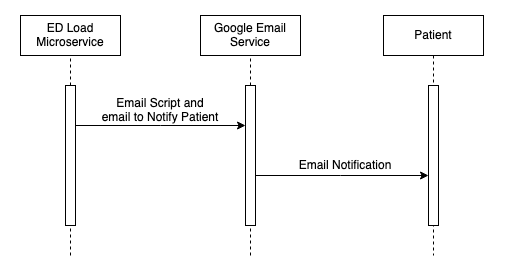
Earlier version of the draw.io export Assets/PatientNotificationSequenceDiagram.drawio.png (uvic-teach/project-m1-team9). Source tidied: cells renumbered, new cells last; positions are measured from the earlier drawing's top-left corner, leaving out a move shared by most shapes.
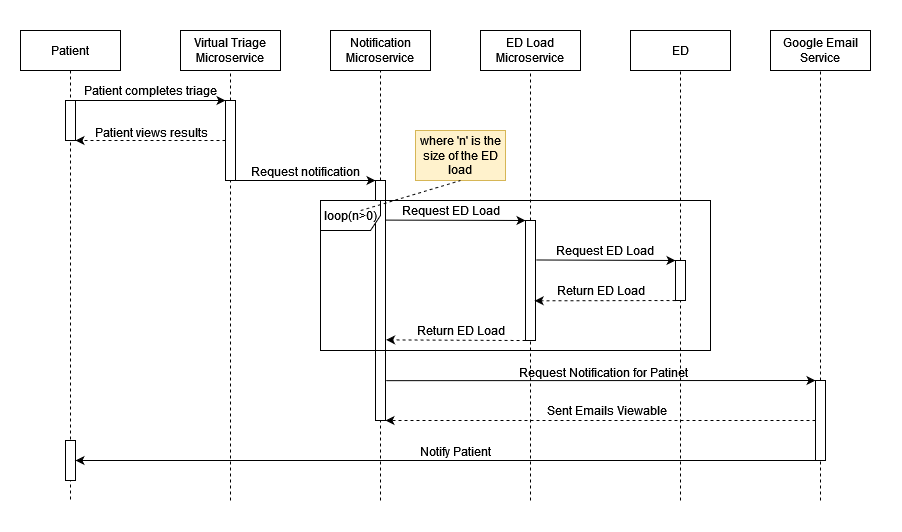
The same diagram one commit later.

What changed in the source:
```diff
@@ -2,62 +2,156 @@
   <root>
     <mxCell id="0" />
     <mxCell id="1" parent="0" />
-    <mxCell id="2" style="rounded=0;whiteSpace=wrap;html=1;strokeColor=none;" parent="1" vertex="1">
-      <mxGeometry width="520" height="275" as="geometry" />
-    </mxCell>
+    <mxCell id="17" style="rounded=0;whiteSpace=wrap;html=1;strokeColor=none;" parent="1" vertex="1">
+      <mxGeometry y="275" width="900" height="530" as="geometry" />
+    </mxCell>
     <mxCell id="3" value="Patient" style="shape=umlLifeline;perimeter=lifelinePerimeter;whiteSpace=wrap;html=1;newEdgeStyle={&quot;edgeStyle&quot;:&quot;elbowEdgeStyle&quot;,&quot;elbow&quot;:&quot;vertical&quot;,&quot;curved&quot;:0,&quot;rounded&quot;:0};" parent="1" vertex="1">
-      <mxGeometry x="383" y="15" width="100" height="240" as="geometry" />
+      <mxGeometry x="20" y="305" width="100" height="470" as="geometry" />
     </mxCell>
-    <mxCell id="4" style="html=1;points=[];perimeter=orthogonalPerimeter;outlineConnect=0;targetShapes=umlLifeline;portConstraint=eastwest;newEdgeStyle={&quot;edgeStyle&quot;:&quot;elbowEdgeStyle&quot;,&quot;elbow&quot;:&quot;vertical&quot;,&quot;curved&quot;:0,&quot;rounded&quot;:0};" parent="3" vertex="1">
-      <mxGeometry x="45" y="70" width="10" height="140" as="geometry" />
-    </mxCell>
     <mxCell id="5" value="Google Email Service" style="rounded=0;whiteSpace=wrap;html=1;" parent="1" vertex="1">
-      <mxGeometry x="200" y="15" width="100" height="40" as="geometry" />
+      <mxGeometry x="770" y="305" width="100" height="40" as="geometry" />
     </mxCell>
-    <mxCell id="6" style="endArrow=none;dashed=1;html=1;rounded=0;entryX=0.5;entryY=1;entryDx=0;entryDy=0;" parent="1" edge="1" source="8" target="5">
+    <mxCell id="6" style="endArrow=none;dashed=1;html=1;rounded=0;entryX=0.5;entryY=1;entryDx=0;entryDy=0;" parent="1" edge="1" source="40" target="5">
       <mxGeometry relative="1" as="geometry" />
     </mxCell>
-    <mxCell id="7" style="endArrow=none;dashed=1;html=1;rounded=0;entryX=0.5;entryY=1;entryDx=0;entryDy=0;" parent="1" edge="1" target="8">
-      <mxGeometry relative="1" as="geometry">
-        <mxPoint x="250" y="255" as="sourcePoint" />
-      </mxGeometry>
-    </mxCell>
-    <mxCell id="8" style="html=1;points=[];perimeter=orthogonalPerimeter;outlineConnect=0;targetShapes=umlLifeline;portConstraint=eastwest;newEdgeStyle={&quot;edgeStyle&quot;:&quot;elbowEdgeStyle&quot;,&quot;elbow&quot;:&quot;vertical&quot;,&quot;curved&quot;:0,&quot;rounded&quot;:0};" parent="1" vertex="1">
-      <mxGeometry x="245" y="85" width="10" height="140" as="geometry" />
-    </mxCell>
-    <mxCell id="9" value="Email Notification" style="text;html=1;strokeColor=none;fillColor=none;align=center;verticalAlign=middle;whiteSpace=wrap;rounded=0;" parent="1" vertex="1">
-      <mxGeometry x="280" y="145" width="130" height="40" as="geometry" />
-    </mxCell>
     <mxCell id="10" value="ED Load Microservice" style="rounded=0;whiteSpace=wrap;html=1;" parent="1" vertex="1">
-      <mxGeometry x="20" y="15" width="100" height="40" as="geometry" />
+      <mxGeometry x="480" y="305" width="100" height="40" as="geometry" />
     </mxCell>
-    <mxCell id="11" style="endArrow=none;dashed=1;html=1;rounded=0;entryX=0.5;entryY=1;entryDx=0;entryDy=0;" parent="1" edge="1" source="13" target="10">
+    <mxCell id="11" style="endArrow=none;dashed=1;html=1;rounded=0;entryX=0.5;entryY=1;entryDx=0;entryDy=0;" parent="1" edge="1" source="35" target="10">
       <mxGeometry relative="1" as="geometry" />
     </mxCell>
-    <mxCell id="12" style="endArrow=none;dashed=1;html=1;rounded=0;entryX=0.5;entryY=1;entryDx=0;entryDy=0;" parent="1" edge="1" target="13">
-      <mxGeometry relative="1" as="geometry">
-        <mxPoint x="70" y="255" as="sourcePoint" />
-      </mxGeometry>
-    </mxCell>
-    <mxCell id="13" style="html=1;points=[];perimeter=orthogonalPerimeter;outlineConnect=0;targetShapes=umlLifeline;portConstraint=eastwest;newEdgeStyle={&quot;edgeStyle&quot;:&quot;elbowEdgeStyle&quot;,&quot;elbow&quot;:&quot;vertical&quot;,&quot;curved&quot;:0,&quot;rounded&quot;:0};" parent="1" vertex="1">
-      <mxGeometry x="65" y="85" width="10" height="140" as="geometry" />
-    </mxCell>
-    <mxCell id="14" value="Email Script and email to Notify Patient" style="text;html=1;strokeColor=none;fillColor=none;align=center;verticalAlign=middle;whiteSpace=wrap;rounded=0;" parent="1" vertex="1">
-      <mxGeometry x="100" y="95" width="120" height="30" as="geometry" />
-    </mxCell>
-    <mxCell id="15" style="endArrow=classic;html=1;rounded=0;" parent="1" edge="1" source="13" target="8">
-      <mxGeometry relative="1" as="geometry">
-        <Array as="points">
-          <mxPoint x="160" y="125" />
-        </Array>
-      </mxGeometry>
-    </mxCell>
-    <mxCell id="16" style="endArrow=classic;html=1;rounded=0;" parent="1" edge="1" source="8" target="4">
-      <mxGeometry relative="1" as="geometry">
-        <Array as="points">
-          <mxPoint x="340" y="175" />
-        </Array>
-      </mxGeometry>
-    </mxCell>
+    <mxCell id="18" value="ED" style="rounded=0;whiteSpace=wrap;html=1;" parent="1" vertex="1">
+      <mxGeometry x="630" y="305" width="100" height="40" as="geometry" />
+    </mxCell>
+    <mxCell id="19" style="endArrow=none;dashed=1;html=1;rounded=0;entryX=0.5;entryY=1;entryDx=0;entryDy=0;" parent="1" edge="1" source="28" target="18">
+      <mxGeometry relative="1" as="geometry" />
+    </mxCell>
+    <mxCell id="20" style="rounded=0;whiteSpace=wrap;html=1;" parent="1" vertex="1">
+      <mxGeometry x="65" y="375" width="10" height="40" as="geometry" />
+    </mxCell>
+    <mxCell id="21" value="&lt;div&gt;Virtual Triage&lt;/div&gt;&lt;div&gt;Microservice&lt;br&gt; &lt;/div&gt;" style="rounded=0;whiteSpace=wrap;html=1;" parent="1" vertex="1">
+      <mxGeometry x="180" y="305" width="100" height="40" as="geometry" />
+    </mxCell>
+    <mxCell id="22" style="endArrow=none;dashed=1;html=1;rounded=0;entryX=0.5;entryY=1;entryDx=0;entryDy=0;" parent="1" edge="1" source="24" target="21">
+      <mxGeometry relative="1" as="geometry" />
+    </mxCell>
+    <mxCell id="23" style="endArrow=none;dashed=1;html=1;rounded=0;entryX=0.5;entryY=1;entryDx=0;entryDy=0;" parent="1" edge="1" target="24">
+      <mxGeometry relative="1" as="geometry">
+        <mxPoint x="230" y="775" as="sourcePoint" />
+      </mxGeometry>
+    </mxCell>
+    <mxCell id="24" style="rounded=0;whiteSpace=wrap;html=1;" parent="1" vertex="1">
+      <mxGeometry x="225" y="375" width="10" height="80" as="geometry" />
+    </mxCell>
+    <mxCell id="25" style="endArrow=classic;html=1;rounded=0;exitX=0.75;exitY=0;exitDx=0;exitDy=0;entryX=0;entryY=0;entryDx=0;entryDy=0;" parent="1" edge="1" source="20" target="24">
+      <mxGeometry relative="1" as="geometry" />
+    </mxCell>
+    <mxCell id="26" style="endArrow=classic;html=1;rounded=0;dashed=1;entryX=1;entryY=1;entryDx=0;entryDy=0;exitX=0;exitY=0.5;exitDx=0;exitDy=0;" parent="1" edge="1" source="24" target="20">
+      <mxGeometry relative="1" as="geometry" />
+    </mxCell>
+    <mxCell id="27" style="endArrow=none;dashed=1;html=1;rounded=0;entryX=0.5;entryY=1;entryDx=0;entryDy=0;" parent="1" edge="1" target="28">
+      <mxGeometry relative="1" as="geometry">
+        <mxPoint x="680" y="775" as="sourcePoint" />
+      </mxGeometry>
+    </mxCell>
+    <mxCell id="28" style="rounded=0;whiteSpace=wrap;html=1;" parent="1" vertex="1">
+      <mxGeometry x="675" y="535" width="10" height="40" as="geometry" />
+    </mxCell>
+    <mxCell id="29" value="Notification Microservice" style="rounded=0;whiteSpace=wrap;html=1;" parent="1" vertex="1">
+      <mxGeometry x="330" y="305" width="100" height="40" as="geometry" />
+    </mxCell>
+    <mxCell id="30" style="endArrow=none;dashed=1;html=1;rounded=0;entryX=0.5;entryY=1;entryDx=0;entryDy=0;" parent="1" edge="1" source="32" target="29">
+      <mxGeometry relative="1" as="geometry" />
+    </mxCell>
+    <mxCell id="31" style="endArrow=none;dashed=1;html=1;rounded=0;entryX=0.5;entryY=1;entryDx=0;entryDy=0;" parent="1" edge="1" target="32">
+      <mxGeometry relative="1" as="geometry">
+        <mxPoint x="380" y="775" as="sourcePoint" />
+      </mxGeometry>
+    </mxCell>
+    <mxCell id="32" style="rounded=0;whiteSpace=wrap;html=1;" parent="1" vertex="1">
+      <mxGeometry x="375" y="455" width="10" height="240" as="geometry" />
+    </mxCell>
+    <mxCell id="33" style="endArrow=classic;html=1;rounded=0;exitX=1;exitY=1;exitDx=0;exitDy=0;entryX=0;entryY=0;entryDx=0;entryDy=0;" parent="1" edge="1" source="24" target="32">
+      <mxGeometry relative="1" as="geometry" />
+    </mxCell>
+    <mxCell id="34" style="endArrow=none;dashed=1;html=1;rounded=0;entryX=0.5;entryY=1;entryDx=0;entryDy=0;" parent="1" edge="1" target="35">
+      <mxGeometry relative="1" as="geometry">
+        <mxPoint x="530" y="775" as="sourcePoint" />
+      </mxGeometry>
+    </mxCell>
+    <mxCell id="35" style="rounded=0;whiteSpace=wrap;html=1;" parent="1" vertex="1">
+      <mxGeometry x="525" y="495" width="10" height="120" as="geometry" />
+    </mxCell>
+    <mxCell id="36" style="endArrow=classic;html=1;rounded=0;entryX=0;entryY=0;entryDx=0;entryDy=0;exitX=1;exitY=0.165;exitDx=0;exitDy=0;exitPerimeter=0;" parent="1" edge="1" source="32" target="35">
+      <mxGeometry relative="1" as="geometry" />
+    </mxCell>
+    <mxCell id="37" style="endArrow=classic;html=1;rounded=0;exitX=1.083;exitY=0.329;exitDx=0;exitDy=0;entryX=0;entryY=0;entryDx=0;entryDy=0;exitPerimeter=0;" parent="1" edge="1" source="35" target="28">
+      <mxGeometry relative="1" as="geometry" />
+    </mxCell>
+    <mxCell id="38" style="endArrow=classic;html=1;rounded=0;exitX=0;exitY=1;exitDx=0;exitDy=0;entryX=0.917;entryY=0.669;entryDx=0;entryDy=0;entryPerimeter=0;dashed=1;" parent="1" edge="1" source="28" target="35">
+      <mxGeometry relative="1" as="geometry" />
+    </mxCell>
+    <mxCell id="39" style="endArrow=none;dashed=1;html=1;rounded=0;entryX=0.5;entryY=1;entryDx=0;entryDy=0;" parent="1" edge="1" target="40">
+      <mxGeometry relative="1" as="geometry">
+        <mxPoint x="820" y="775" as="sourcePoint" />
+      </mxGeometry>
+    </mxCell>
+    <mxCell id="40" style="rounded=0;whiteSpace=wrap;html=1;" parent="1" vertex="1">
+      <mxGeometry x="815" y="655" width="10" height="80" as="geometry" />
+    </mxCell>
+    <mxCell id="41" style="endArrow=classic;html=1;rounded=0;exitX=0;exitY=1;exitDx=0;exitDy=0;entryX=1.061;entryY=0.664;entryDx=0;entryDy=0;entryPerimeter=0;dashed=1;" parent="1" edge="1" source="35" target="32">
+      <mxGeometry relative="1" as="geometry" />
+    </mxCell>
+    <mxCell id="42" style="endArrow=classic;html=1;rounded=0;entryX=0;entryY=0;entryDx=0;entryDy=0;exitX=1.073;exitY=0.834;exitDx=0;exitDy=0;exitPerimeter=0;" parent="1" edge="1" source="32" target="40">
+      <mxGeometry relative="1" as="geometry" />
+    </mxCell>
+    <mxCell id="43" style="endArrow=classic;html=1;rounded=0;exitX=0;exitY=0.5;exitDx=0;exitDy=0;entryX=1;entryY=1;entryDx=0;entryDy=0;dashed=1;" parent="1" edge="1" source="40" target="32">
+      <mxGeometry relative="1" as="geometry" />
+    </mxCell>
+    <mxCell id="44" style="rounded=0;whiteSpace=wrap;html=1;" parent="1" vertex="1">
+      <mxGeometry x="65" y="715" width="10" height="40" as="geometry" />
+    </mxCell>
+    <mxCell id="45" style="endArrow=classic;html=1;rounded=0;exitX=0;exitY=1;exitDx=0;exitDy=0;entryX=1;entryY=0.5;entryDx=0;entryDy=0;" parent="1" edge="1" source="40" target="44">
+      <mxGeometry relative="1" as="geometry" />
+    </mxCell>
+    <mxCell id="46" value="Patient completes triage" style="text;html=1;align=center;verticalAlign=middle;strokeColor=none;fillColor=none;" parent="1" vertex="1">
+      <mxGeometry x="70" y="350" width="160" height="30" as="geometry" />
+    </mxCell>
+    <mxCell id="47" value="Patient views results" style="text;html=1;align=center;verticalAlign=middle;strokeColor=none;fillColor=none;" parent="1" vertex="1">
+      <mxGeometry x="81" y="392" width="140" height="30" as="geometry" />
+    </mxCell>
+    <mxCell id="48" value="Request notification" style="text;html=1;align=center;verticalAlign=middle;strokeColor=none;fillColor=none;" parent="1" vertex="1">
+      <mxGeometry x="240" y="431" width="130" height="30" as="geometry" />
+    </mxCell>
+    <mxCell id="49" value="Request ED Load" style="text;html=1;align=center;verticalAlign=middle;strokeColor=none;fillColor=none;" parent="1" vertex="1">
+      <mxGeometry x="390" y="470" width="120" height="30" as="geometry" />
+    </mxCell>
+    <mxCell id="50" value="Request ED Load" style="text;html=1;align=center;verticalAlign=middle;strokeColor=none;fillColor=none;" parent="1" vertex="1">
+      <mxGeometry x="544" y="510" width="120" height="30" as="geometry" />
+    </mxCell>
+    <mxCell id="51" value="Return ED Load" style="text;html=1;align=center;verticalAlign=middle;strokeColor=none;fillColor=none;" parent="1" vertex="1">
+      <mxGeometry x="545" y="550" width="110" height="30" as="geometry" />
+    </mxCell>
+    <mxCell id="52" value="&lt;div&gt;Return ED Load&lt;/div&gt;" style="text;html=1;align=center;verticalAlign=middle;strokeColor=none;fillColor=none;" parent="1" vertex="1">
+      <mxGeometry x="405" y="590" width="110" height="30" as="geometry" />
+    </mxCell>
+    <mxCell id="53" value="Request Notification for Patinet" style="text;html=1;align=center;verticalAlign=middle;strokeColor=none;fillColor=none;" parent="1" vertex="1">
+      <mxGeometry x="508" y="632" width="190" height="30" as="geometry" />
+    </mxCell>
+    <mxCell id="54" value="Sent Emails Viewable" style="text;html=1;align=center;verticalAlign=middle;strokeColor=none;fillColor=none;" parent="1" vertex="1">
+      <mxGeometry x="536" y="670" width="140" height="30" as="geometry" />
+    </mxCell>
+    <mxCell id="55" value="Notify Patient" style="text;html=1;align=center;verticalAlign=middle;strokeColor=none;fillColor=none;" parent="1" vertex="1">
+      <mxGeometry x="410" y="711" width="90" height="30" as="geometry" />
+    </mxCell>
+    <mxCell id="56" value="loop(n&amp;gt;0)" style="shape=umlFrame;whiteSpace=wrap;html=1;" parent="1" vertex="1">
+      <mxGeometry x="320" y="475" width="390" height="150" as="geometry" />
+    </mxCell>
+    <mxCell id="57" value="where 'n' is the size of the ED load" style="rounded=0;whiteSpace=wrap;html=1;fillColor=#fff2cc;strokeColor=#d6b656;shadow=0;glass=0;" parent="1" vertex="1">
+      <mxGeometry x="415" y="405" width="90" height="50" as="geometry" />
+    </mxCell>
+    <mxCell id="58" style="endArrow=none;dashed=1;html=1;rounded=0;entryX=0.5;entryY=1;entryDx=0;entryDy=0;exitX=0.103;exitY=0.067;exitDx=0;exitDy=0;exitPerimeter=0;" parent="1" edge="1" source="56" target="57">
+      <mxGeometry relative="1" as="geometry" />
+    </mxCell>
   </root>
 </mxGraphModel>
```
